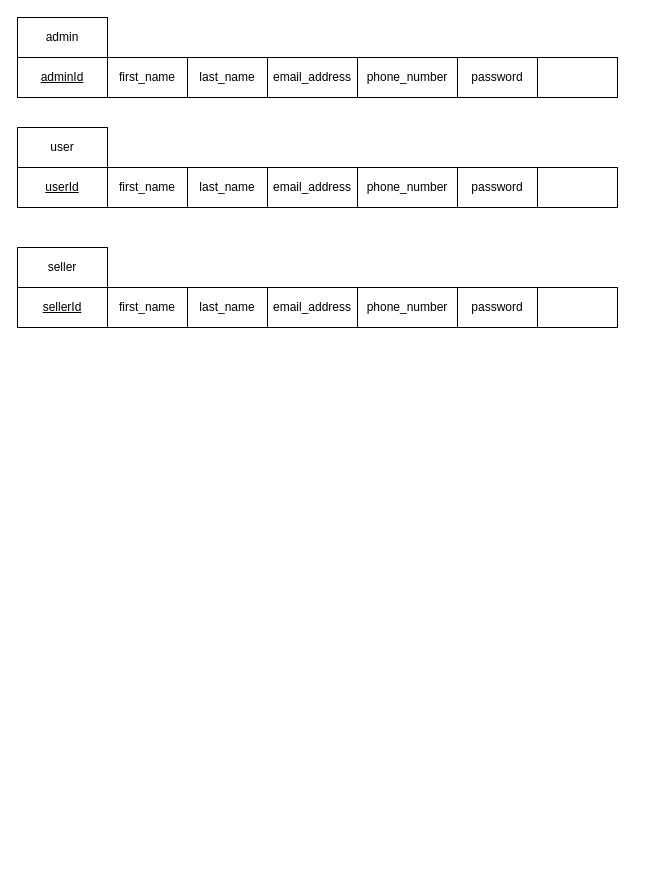
Before: documents/relational-Mapping.drawio in paranietharan/TradeConnect, a draw.io diagram. Source tidied: cells renumbered, new cells numbered last; positions are measured from the earlier drawing's top-left corner, leaving out a move shared by most shapes. Both pictures are drawn from the tidied source at 100%, with x=0, y=0 at pixel (17, 17).
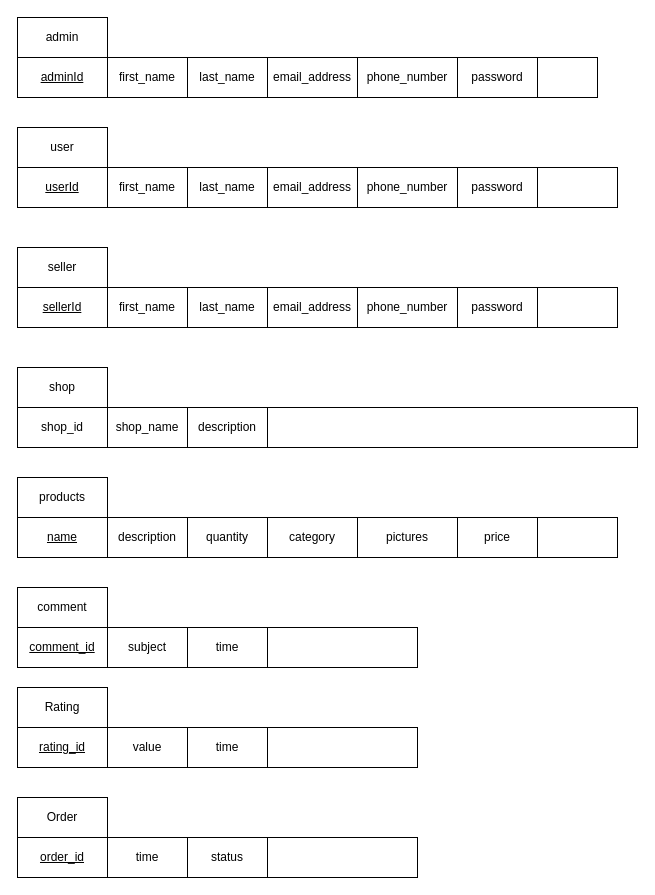
The same page after the edit.

Commit message:
relational Mapping work finished

The edit, as a diff of the source:
```diff
@@
     <mxCell id="3" style="rounded=0;whiteSpace=wrap;html=1;" parent="1" vertex="1">
-      <mxGeometry y="40" width="600" height="40" as="geometry" />
+      <mxGeometry y="40" width="580" height="40" as="geometry" />
     </mxCell>
@@
+    <mxCell id="26" value="shop" style="rounded=0;whiteSpace=wrap;html=1;" parent="1" vertex="1">
+      <mxGeometry y="350" width="90" height="40" as="geometry" />
+    </mxCell>
+    <mxCell id="27" style="rounded=0;whiteSpace=wrap;html=1;" parent="1" vertex="1">
+      <mxGeometry y="390" width="620" height="40" as="geometry" />
+    </mxCell>
+    <mxCell id="28" value="shop_id" style="rounded=0;whiteSpace=wrap;html=1;" parent="1" vertex="1">
+      <mxGeometry y="390" width="90" height="40" as="geometry" />
+    </mxCell>
+    <mxCell id="29" value="shop_name" style="rounded=0;whiteSpace=wrap;html=1;" parent="1" vertex="1">
+      <mxGeometry x="90" y="390" width="80" height="40" as="geometry" />
+    </mxCell>
+    <mxCell id="30" value="description" style="rounded=0;whiteSpace=wrap;html=1;" parent="1" vertex="1">
+      <mxGeometry x="170" y="390" width="80" height="40" as="geometry" />
+    </mxCell>
+    <mxCell id="31" value="products" style="rounded=0;whiteSpace=wrap;html=1;" parent="1" vertex="1">
+      <mxGeometry y="460" width="90" height="40" as="geometry" />
+    </mxCell>
+    <mxCell id="32" style="rounded=0;whiteSpace=wrap;html=1;" parent="1" vertex="1">
+      <mxGeometry y="500" width="600" height="40" as="geometry" />
+    </mxCell>
+    <mxCell id="33" value="&lt;u&gt;name&lt;/u&gt;" style="rounded=0;whiteSpace=wrap;html=1;" parent="1" vertex="1">
+      <mxGeometry y="500" width="90" height="40" as="geometry" />
+    </mxCell>
+    <mxCell id="34" value="description" style="rounded=0;whiteSpace=wrap;html=1;" parent="1" vertex="1">
+      <mxGeometry x="90" y="500" width="80" height="40" as="geometry" />
+    </mxCell>
+    <mxCell id="35" value="quantity" style="rounded=0;whiteSpace=wrap;html=1;" parent="1" vertex="1">
+      <mxGeometry x="170" y="500" width="80" height="40" as="geometry" />
+    </mxCell>
+    <mxCell id="36" value="category" style="rounded=0;whiteSpace=wrap;html=1;" parent="1" vertex="1">
+      <mxGeometry x="250" y="500" width="90" height="40" as="geometry" />
+    </mxCell>
+    <mxCell id="37" value="pictures" style="rounded=0;whiteSpace=wrap;html=1;" parent="1" vertex="1">
+      <mxGeometry x="340" y="500" width="100" height="40" as="geometry" />
+    </mxCell>
+    <mxCell id="38" value="price" style="rounded=0;whiteSpace=wrap;html=1;" parent="1" vertex="1">
+      <mxGeometry x="440" y="500" width="80" height="40" as="geometry" />
+    </mxCell>
+    <mxCell id="39" value="comment" style="rounded=0;whiteSpace=wrap;html=1;" parent="1" vertex="1">
+      <mxGeometry y="570" width="90" height="40" as="geometry" />
+    </mxCell>
+    <mxCell id="40" style="rounded=0;whiteSpace=wrap;html=1;" parent="1" vertex="1">
+      <mxGeometry y="610" width="400" height="40" as="geometry" />
+    </mxCell>
+    <mxCell id="41" value="&lt;u&gt;comment_id&lt;/u&gt;" style="rounded=0;whiteSpace=wrap;html=1;" parent="1" vertex="1">
+      <mxGeometry y="610" width="90" height="40" as="geometry" />
+    </mxCell>
+    <mxCell id="42" value="subject" style="rounded=0;whiteSpace=wrap;html=1;" parent="1" vertex="1">
+      <mxGeometry x="90" y="610" width="80" height="40" as="geometry" />
+    </mxCell>
+    <mxCell id="43" value="time" style="rounded=0;whiteSpace=wrap;html=1;" parent="1" vertex="1">
+      <mxGeometry x="170" y="610" width="80" height="40" as="geometry" />
+    </mxCell>
+    <mxCell id="44" value="Rating" style="rounded=0;whiteSpace=wrap;html=1;" parent="1" vertex="1">
+      <mxGeometry y="670" width="90" height="40" as="geometry" />
+    </mxCell>
+    <mxCell id="45" style="rounded=0;whiteSpace=wrap;html=1;" parent="1" vertex="1">
+      <mxGeometry y="710" width="400" height="40" as="geometry" />
+    </mxCell>
+    <mxCell id="46" value="&lt;u&gt;rating_id&lt;/u&gt;" style="rounded=0;whiteSpace=wrap;html=1;" parent="1" vertex="1">
+      <mxGeometry y="710" width="90" height="40" as="geometry" />
+    </mxCell>
+    <mxCell id="47" value="value" style="rounded=0;whiteSpace=wrap;html=1;" parent="1" vertex="1">
+      <mxGeometry x="90" y="710" width="80" height="40" as="geometry" />
+    </mxCell>
+    <mxCell id="48" value="time" style="rounded=0;whiteSpace=wrap;html=1;" parent="1" vertex="1">
+      <mxGeometry x="170" y="710" width="80" height="40" as="geometry" />
+    </mxCell>
+    <mxCell id="49" value="Order" style="rounded=0;whiteSpace=wrap;html=1;" parent="1" vertex="1">
+      <mxGeometry y="780" width="90" height="40" as="geometry" />
+    </mxCell>
+    <mxCell id="50" style="rounded=0;whiteSpace=wrap;html=1;" parent="1" vertex="1">
+      <mxGeometry y="820" width="400" height="40" as="geometry" />
+    </mxCell>
+    <mxCell id="51" value="&lt;u&gt;order_id&lt;/u&gt;" style="rounded=0;whiteSpace=wrap;html=1;" parent="1" vertex="1">
+      <mxGeometry y="820" width="90" height="40" as="geometry" />
+    </mxCell>
+    <mxCell id="52" value="time" style="rounded=0;whiteSpace=wrap;html=1;" parent="1" vertex="1">
+      <mxGeometry x="90" y="820" width="80" height="40" as="geometry" />
+    </mxCell>
+    <mxCell id="53" value="status" style="rounded=0;whiteSpace=wrap;html=1;" parent="1" vertex="1">
+      <mxGeometry x="170" y="820" width="80" height="40" as="geometry" />
+    </mxCell>
```
